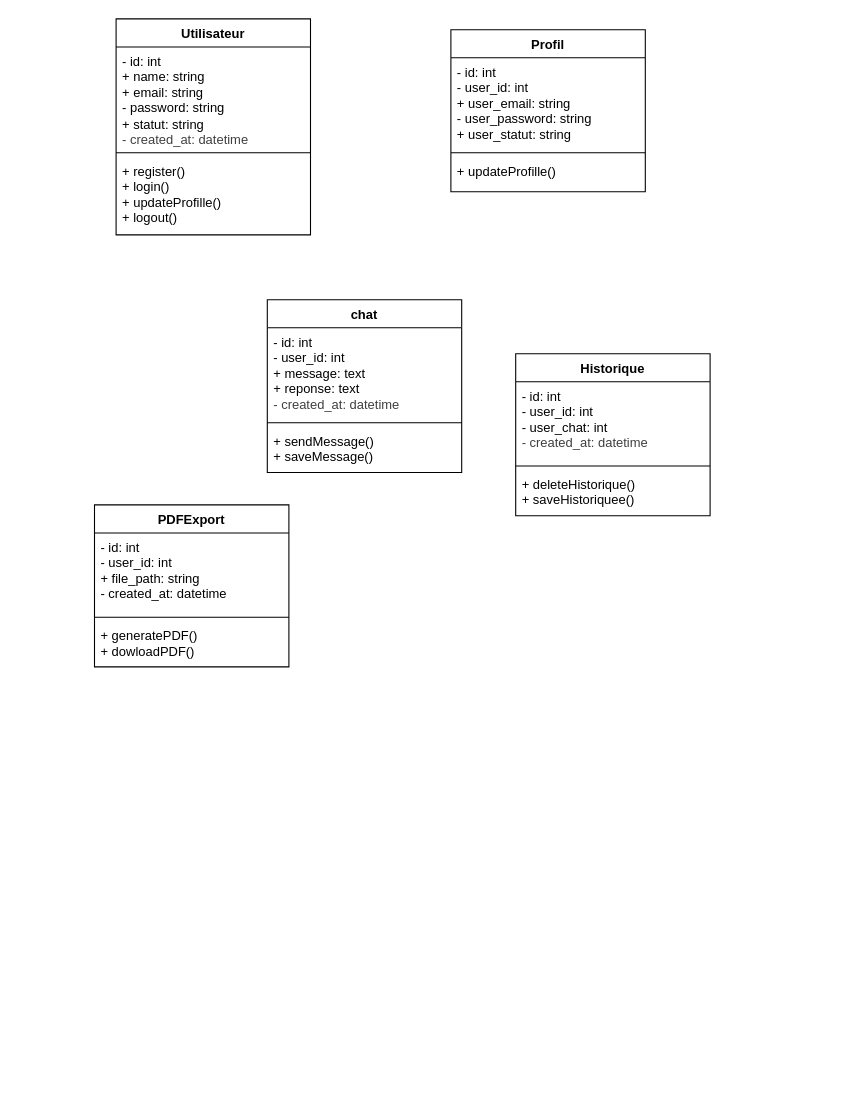
ISSAD-Dembele/AidFinder keeps this draw.io diagram as docs/uml/diagramClass.drawio. Above is the earlier version. Source tidied: cells renumbered, new cells numbered last; positions are measured from the earlier drawing's top-left corner, leaving out a move shared by most shapes. Both pictures are drawn from the tidied source at 108%, with x=0, y=0 at pixel (94, 18).
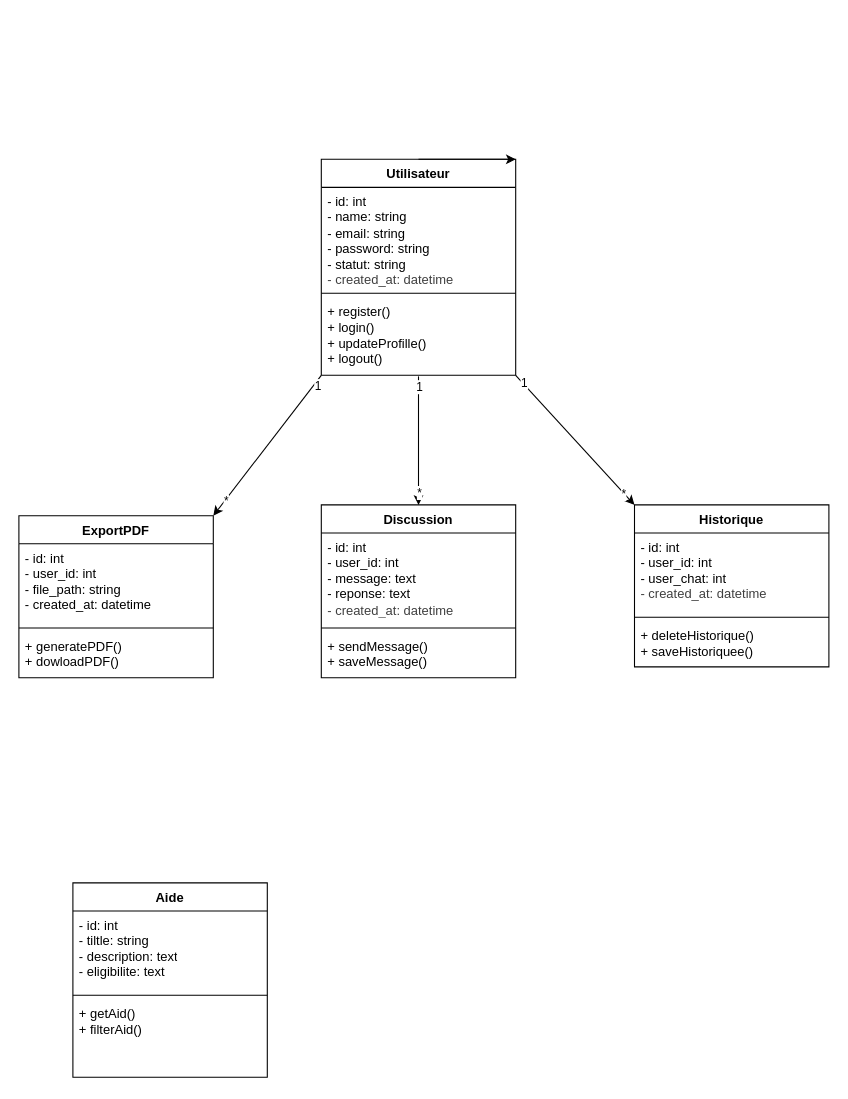
The same page after the edit.

Commit message (it also covers changes not shown here):
Ajout de drawio de cas d'utilisation et de classe

The edit, as a diff of the source:
```diff
@@
     <mxCell id="2" value="Utilisateur" style="swimlane;fontStyle=1;align=center;verticalAlign=top;horizontal=1;startSize=26;whiteSpace=wrap;html=1;" parent="1" vertex="1">
-      <mxGeometry x="20" width="180" height="200" as="geometry" />
+      <mxGeometry x="210" y="130" width="180" height="200" as="geometry" />
     </mxCell>
-    <mxCell id="3" value="- id: int&lt;div&gt;+ name: string&lt;/div&gt;&lt;div&gt;+ email: string&lt;/div&gt;&lt;div&gt;- password: string&lt;/div&gt;&lt;div&gt;+ statut: string&lt;/div&gt;&lt;div&gt;&lt;span style=&quot;color: rgb(63, 63, 63);&quot;&gt;- created_at: datetime&lt;/span&gt;&lt;/div&gt;" style="text;strokeColor=none;fillColor=none;align=left;verticalAlign=top;spacingLeft=4;spacingRight=4;overflow=hidden;whiteSpace=wrap;html=1;" parent="2" vertex="1">
+    <mxCell id="3" value="- id: int&lt;div&gt;- name: string&lt;/div&gt;&lt;div&gt;- email: string&lt;/div&gt;&lt;div&gt;- password: string&lt;/div&gt;&lt;div&gt;- statut: string&lt;/div&gt;&lt;div&gt;&lt;span style=&quot;color: rgb(63, 63, 63);&quot;&gt;- created_at: datetime&lt;/span&gt;&lt;/div&gt;" style="text;strokeColor=none;fillColor=none;align=left;verticalAlign=top;spacingLeft=4;spacingRight=4;overflow=hidden;whiteSpace=wrap;html=1;" parent="2" vertex="1">
       <mxGeometry y="26" width="180" height="94" as="geometry" />
     </mxCell>
@@
-    <mxCell id="6" value="Profil" style="swimlane;fontStyle=1;align=center;verticalAlign=top;horizontal=1;startSize=26;whiteSpace=wrap;html=1;" parent="1" vertex="1">
-      <mxGeometry x="330" y="10" width="180" height="150" as="geometry" />
-    </mxCell>
-    <mxCell id="7" value="- id: int&lt;div&gt;- user_id: int&lt;/div&gt;&lt;div&gt;+ user_email: string&lt;/div&gt;&lt;div&gt;- user_password: string&lt;/div&gt;&lt;div&gt;+ user_statut: string&lt;/div&gt;" style="text;strokeColor=none;fillColor=none;align=left;verticalAlign=top;spacingLeft=4;spacingRight=4;overflow=hidden;whiteSpace=wrap;html=1;" parent="6" vertex="1">
-      <mxGeometry y="26" width="180" height="84" as="geometry" />
-    </mxCell>
-    <mxCell id="8" style="line;strokeWidth=1;fillColor=none;align=left;verticalAlign=middle;spacingTop=-1;spacingLeft=3;spacingRight=3;labelPosition=right;strokeColor=inherit;" parent="6" vertex="1">
-      <mxGeometry y="110" width="180" height="8" as="geometry" />
-    </mxCell>
-    <mxCell id="9" value="&lt;div&gt;+ updateProfille()&lt;/div&gt;" style="text;strokeColor=none;fillColor=none;align=left;verticalAlign=top;spacingLeft=4;spacingRight=4;overflow=hidden;whiteSpace=wrap;html=1;" parent="6" vertex="1">
-      <mxGeometry y="118" width="180" height="32" as="geometry" />
-    </mxCell>
-    <mxCell id="10" value="chat" style="swimlane;fontStyle=1;align=center;verticalAlign=top;horizontal=1;startSize=26;whiteSpace=wrap;html=1;" parent="1" vertex="1">
-      <mxGeometry x="160" y="260" width="180" height="160" as="geometry" />
+    <mxCell id="10" value="Discussion" style="swimlane;fontStyle=1;align=center;verticalAlign=top;horizontal=1;startSize=26;whiteSpace=wrap;html=1;" parent="1" vertex="1">
+      <mxGeometry x="210" y="450" width="180" height="160" as="geometry" />
     </mxCell>
-    <mxCell id="11" value="- id: int&lt;div&gt;- user_id: int&lt;/div&gt;&lt;div&gt;+ message: text&lt;/div&gt;&lt;div&gt;+ reponse: text&lt;/div&gt;&lt;div&gt;&lt;span style=&quot;color: rgb(63, 63, 63);&quot;&gt;- created_at: datetime&lt;/span&gt;&lt;/div&gt;" style="text;strokeColor=none;fillColor=none;align=left;verticalAlign=top;spacingLeft=4;spacingRight=4;overflow=hidden;whiteSpace=wrap;html=1;" parent="10" vertex="1">
+    <mxCell id="11" value="- id: int&lt;div&gt;- user_id: int&lt;/div&gt;&lt;div&gt;- message: text&lt;/div&gt;&lt;div&gt;- reponse: text&lt;/div&gt;&lt;div&gt;&lt;span style=&quot;color: rgb(63, 63, 63);&quot;&gt;- created_at: datetime&lt;/span&gt;&lt;/div&gt;" style="text;strokeColor=none;fillColor=none;align=left;verticalAlign=top;spacingLeft=4;spacingRight=4;overflow=hidden;whiteSpace=wrap;html=1;" parent="10" vertex="1">
       <mxGeometry y="26" width="180" height="84" as="geometry" />
     </mxCell>
@@
     <mxCell id="14" value="Historique" style="swimlane;fontStyle=1;align=center;verticalAlign=top;horizontal=1;startSize=26;whiteSpace=wrap;html=1;" parent="1" vertex="1">
-      <mxGeometry x="390" y="310" width="180" height="150" as="geometry" />
+      <mxGeometry x="500" y="450" width="180" height="150" as="geometry" />
     </mxCell>
@@
-    <mxCell id="18" value="PDFExport" style="swimlane;fontStyle=1;align=center;verticalAlign=top;horizontal=1;startSize=26;whiteSpace=wrap;html=1;" parent="1" vertex="1">
-      <mxGeometry y="450" width="180" height="150" as="geometry" />
+    <mxCell id="18" value="ExportPDF" style="swimlane;fontStyle=1;align=center;verticalAlign=top;horizontal=1;startSize=26;whiteSpace=wrap;html=1;" parent="1" vertex="1">
+      <mxGeometry x="-70" y="460" width="180" height="150" as="geometry" />
     </mxCell>
-    <mxCell id="19" value="- id: int&lt;div&gt;- user_id: int&lt;/div&gt;&lt;div&gt;+ file_path: string&lt;/div&gt;&lt;div&gt;&lt;span style=&quot;background-color: transparent;&quot;&gt;- created_at: datetime&lt;/span&gt;&lt;/div&gt;" style="text;strokeColor=none;fillColor=none;align=left;verticalAlign=top;spacingLeft=4;spacingRight=4;overflow=hidden;whiteSpace=wrap;html=1;" parent="18" vertex="1">
+    <mxCell id="19" value="- id: int&lt;div&gt;- user_id: int&lt;/div&gt;&lt;div&gt;- file_path: string&lt;/div&gt;&lt;div&gt;&lt;span style=&quot;background-color: transparent;&quot;&gt;- created_at: datetime&lt;/span&gt;&lt;/div&gt;" style="text;strokeColor=none;fillColor=none;align=left;verticalAlign=top;spacingLeft=4;spacingRight=4;overflow=hidden;whiteSpace=wrap;html=1;" parent="18" vertex="1">
       <mxGeometry y="26" width="180" height="74" as="geometry" />
     </mxCell>
@@
+    <mxCell id="22" value="Aide" style="swimlane;fontStyle=1;align=center;verticalAlign=top;horizontal=1;startSize=26;whiteSpace=wrap;html=1;" parent="1" vertex="1">
+      <mxGeometry x="-20" y="800" width="180" height="180" as="geometry" />
+    </mxCell>
+    <mxCell id="23" value="- id: int&lt;div&gt;- tiltle: string&lt;/div&gt;&lt;div&gt;- description: text&lt;/div&gt;&lt;div&gt;- eligibilite: text&lt;/div&gt;" style="text;strokeColor=none;fillColor=none;align=left;verticalAlign=top;spacingLeft=4;spacingRight=4;overflow=hidden;whiteSpace=wrap;html=1;" parent="22" vertex="1">
+      <mxGeometry y="26" width="180" height="74" as="geometry" />
+    </mxCell>
+    <mxCell id="24" style="line;strokeWidth=1;fillColor=none;align=left;verticalAlign=middle;spacingTop=-1;spacingLeft=3;spacingRight=3;labelPosition=right;strokeColor=inherit;" parent="22" vertex="1">
+      <mxGeometry y="100" width="180" height="8" as="geometry" />
+    </mxCell>
+    <mxCell id="25" value="+ getAid()&lt;div&gt;+ filterAid()&lt;/div&gt;" style="text;strokeColor=none;fillColor=none;align=left;verticalAlign=top;spacingLeft=4;spacingRight=4;overflow=hidden;whiteSpace=wrap;html=1;" parent="22" vertex="1">
+      <mxGeometry y="108" width="180" height="72" as="geometry" />
+    </mxCell>
+    <mxCell id="26" style="edgeStyle=none;html=1;exitX=0.5;exitY=0;exitDx=0;exitDy=0;entryX=1;entryY=0;entryDx=0;entryDy=0;" parent="1" edge="1" source="2" target="2">
+      <mxGeometry relative="1" as="geometry" />
+    </mxCell>
+    <mxCell id="27" style="endArrow=classic;html=1;entryX=0.5;entryY=0;entryDx=0;entryDy=0;" parent="1" edge="1" target="10">
+      <mxGeometry relative="1" as="geometry">
+        <mxPoint x="300" y="331" as="sourcePoint" />
+      </mxGeometry>
+    </mxCell>
+    <mxCell id="28" value="1" style="edgeLabel;html=1;align=center;verticalAlign=middle;" parent="27" vertex="1">
+      <mxGeometry x="-0.36" relative="1" as="geometry">
+        <mxPoint y="-29" as="offset" />
+      </mxGeometry>
+    </mxCell>
+    <mxCell id="29" value="*" style="edgeLabel;html=1;align=center;verticalAlign=middle;" parent="27" vertex="1">
+      <mxGeometry x="0.79" relative="1" as="geometry" />
+    </mxCell>
+    <mxCell id="30" style="endArrow=classic;html=1;entryX=1;entryY=0;entryDx=0;entryDy=0;" parent="1" edge="1" target="18">
+      <mxGeometry relative="1" as="geometry">
+        <mxPoint x="210" y="330" as="sourcePoint" />
+      </mxGeometry>
+    </mxCell>
+    <mxCell id="31" value="*" style="edgeLabel;html=1;align=center;verticalAlign=middle;" parent="30" vertex="1">
+      <mxGeometry x="0.78" y="1" relative="1" as="geometry" />
+    </mxCell>
+    <mxCell id="32" value="1" style="edgeLabel;html=1;align=center;verticalAlign=middle;" parent="30" vertex="1">
+      <mxGeometry x="-0.88" y="3" relative="1" as="geometry" />
+    </mxCell>
+    <mxCell id="33" style="endArrow=classic;html=1;entryX=0;entryY=0;entryDx=0;entryDy=0;" parent="1" edge="1" target="14">
+      <mxGeometry relative="1" as="geometry">
+        <mxPoint x="390" y="330" as="sourcePoint" />
+      </mxGeometry>
+    </mxCell>
+    <mxCell id="34" value="1" style="edgeLabel;html=1;align=center;verticalAlign=middle;" parent="33" vertex="1">
+      <mxGeometry x="-0.88" y="1" relative="1" as="geometry" />
+    </mxCell>
+    <mxCell id="35" value="*" style="edgeLabel;html=1;align=center;verticalAlign=middle;" parent="33" vertex="1">
+      <mxGeometry x="0.82" y="1" relative="1" as="geometry">
+        <mxPoint x="-1" y="1" as="offset" />
+      </mxGeometry>
+    </mxCell>
```
